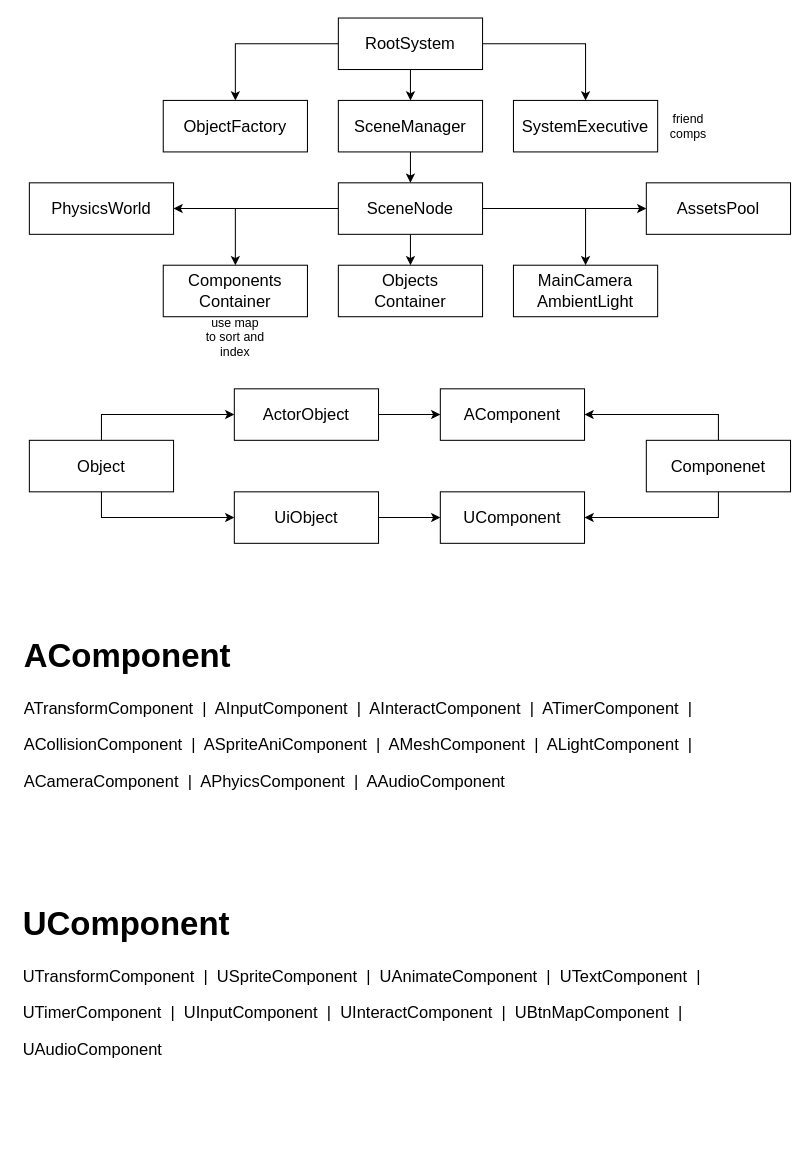
This is page "Overview" (2 of 7) of HycFrame3D.drawio from HIBICUS-CAI/HycFrame3D, a draw.io file, before an edit. Source tidied: cells renumbered, new cells numbered last; positions are measured from the earlier drawing's top-left corner, leaving out a move shared by most shapes. Both pictures are drawn from the tidied source at 103%, with x=0, y=0 at pixel (18, 18).
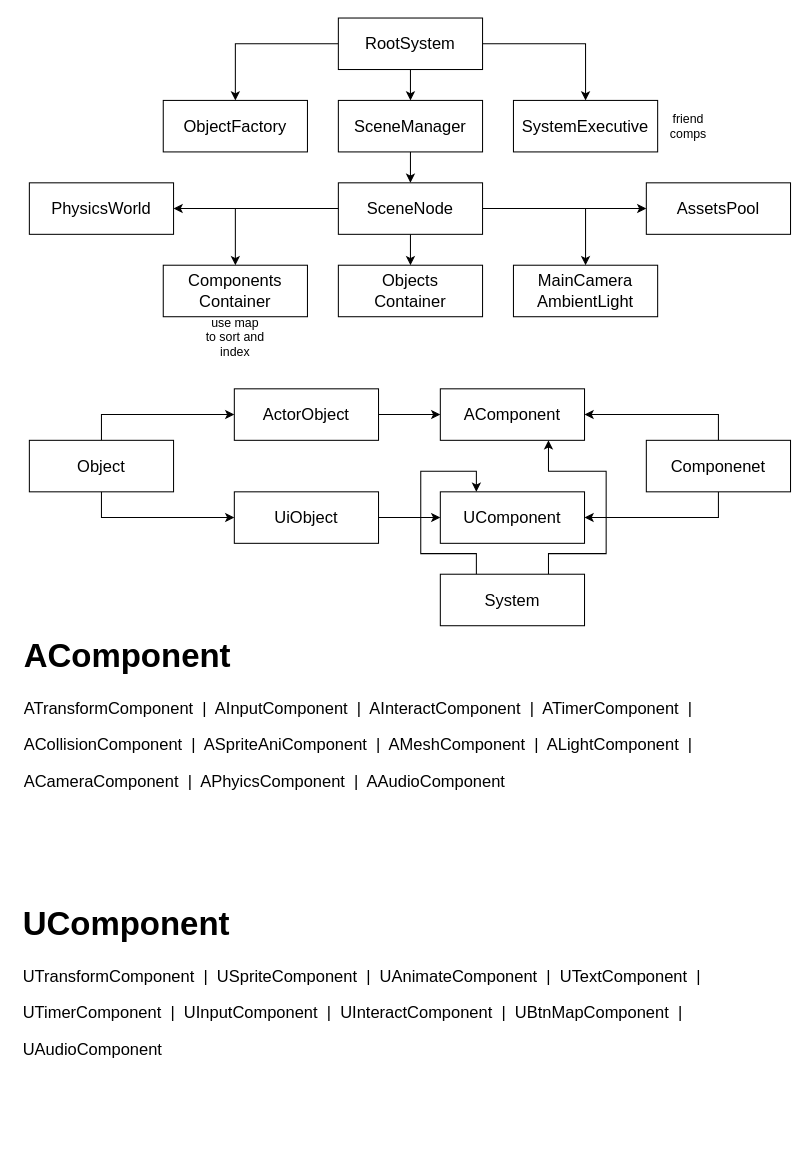
The same diagram, later.

Unchanged cells that the change refers to:
```xml
<mxCell id="29" value="AComponent" style="rounded=0;whiteSpace=wrap;html=1;fontSize=16;" parent="1" vertex="1">
  <mxGeometry x="410" y="360" width="140" height="50" as="geometry" />
</mxCell>
<mxCell id="30" value="UComponent" style="rounded=0;whiteSpace=wrap;html=1;fontSize=16;" parent="1" vertex="1">
  <mxGeometry x="410" y="460" width="140" height="50" as="geometry" />
</mxCell>
```

The edit, as a diff of the source:
```diff
@@
+    <mxCell id="37" style="edgeStyle=orthogonalEdgeStyle;rounded=0;jettySize=auto;html=1;exitX=0.25;exitY=0;exitDx=0;exitDy=0;entryX=0.25;entryY=0;entryDx=0;entryDy=0;" parent="1" edge="1" source="39" target="30">
+      <mxGeometry relative="1" as="geometry">
+        <Array as="points">
+          <mxPoint x="445" y="520" />
+          <mxPoint x="391" y="520" />
+          <mxPoint x="391" y="440" />
+          <mxPoint x="445" y="440" />
+        </Array>
+      </mxGeometry>
+    </mxCell>
+    <mxCell id="38" style="edgeStyle=orthogonalEdgeStyle;rounded=0;jettySize=auto;html=1;exitX=0.75;exitY=0;exitDx=0;exitDy=0;entryX=0.75;entryY=1;entryDx=0;entryDy=0;" parent="1" edge="1" source="39" target="29">
+      <mxGeometry relative="1" as="geometry">
+        <Array as="points">
+          <mxPoint x="515" y="520" />
+          <mxPoint x="571" y="520" />
+          <mxPoint x="571" y="440" />
+          <mxPoint x="515" y="440" />
+        </Array>
+      </mxGeometry>
+    </mxCell>
+    <mxCell id="39" value="System" style="rounded=0;whiteSpace=wrap;html=1;fontSize=16;" parent="1" vertex="1">
+      <mxGeometry x="410" y="540" width="140" height="50" as="geometry" />
+    </mxCell>
```
